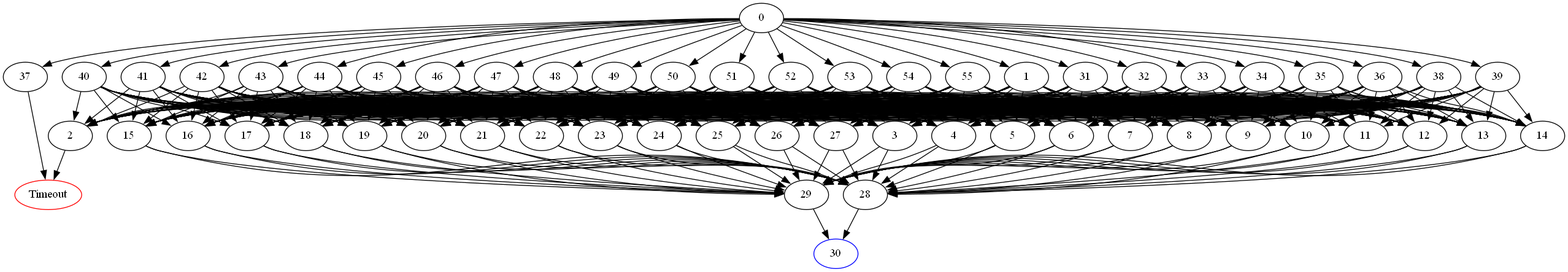
This is DomainPicture/xn--gznuru-wxa.comdirected_graph.png from Asikl/MazeMapper, a Graphviz export, as it was before one commit. Its source is kept beside it as DomainPicture/xn--gznuru-wxa.comdirected_graph.dot.
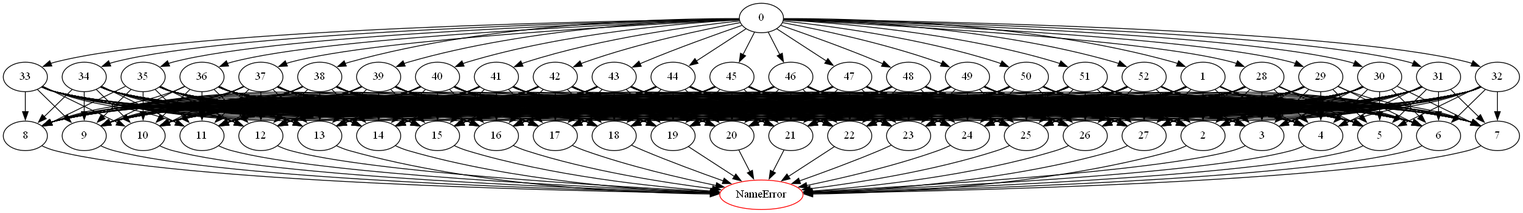
After the change.

What changed in the source:
```diff
@@ -1,5 +1,8 @@
 digraph G {
 	0 -> 1;
+	0 -> 28;
+	0 -> 29;
+	0 -> 30;
 	0 -> 31;
 	0 -> 32;
 	0 -> 33;
@@ -22,9 +25,6 @@
 	0 -> 50;
 	0 -> 51;
 	0 -> 52;
-	0 -> 53;
-	0 -> 54;
-	0 -> 55;
 	1 -> 2;
 	1 -> 3;
 	1 -> 4;
@@ -51,62 +51,136 @@
 	1 -> 25;
 	1 -> 26;
 	1 -> 27;
-	2 -> "Timeout";
-Timeout [color=red];
-	3 -> 28;
-	3 -> 29;
-	4 -> 28;
-	4 -> 29;
-	5 -> 28;
-	5 -> 29;
-	6 -> 28;
-	6 -> 29;
-	7 -> 28;
-	7 -> 29;
-	8 -> 28;
-	8 -> 29;
-	9 -> 28;
-	9 -> 29;
-	10 -> 28;
-	10 -> 29;
-	11 -> 28;
-	11 -> 29;
-	12 -> 28;
-	12 -> 29;
-	13 -> 28;
-	13 -> 29;
-	14 -> 28;
-	14 -> 29;
-	15 -> 28;
-	15 -> 29;
-	16 -> 28;
-	16 -> 29;
-	17 -> 28;
-	17 -> 29;
-	18 -> 28;
-	18 -> 29;
-	19 -> 28;
-	19 -> 29;
-	20 -> 28;
-	20 -> 29;
-	21 -> 28;
-	21 -> 29;
-	22 -> 28;
-	22 -> 29;
-	23 -> 28;
-	23 -> 29;
-	24 -> 28;
-	24 -> 29;
-	25 -> 28;
-	25 -> 29;
-	26 -> 28;
-	26 -> 29;
-	27 -> 28;
-	27 -> 29;
-	28 -> "30";
-30 [color=blue];
-	29 -> "30";
-30 [color=blue];
+	2 -> "NameError";
+NameError [color=red];
+	3 -> "NameError";
+NameError [color=red];
+	4 -> "NameError";
+NameError [color=red];
+	5 -> "NameError";
+NameError [color=red];
+	6 -> "NameError";
+NameError [color=red];
+	7 -> "NameError";
+NameError [color=red];
+	8 -> "NameError";
+NameError [color=red];
+	9 -> "NameError";
+NameError [color=red];
+	10 -> "NameError";
+NameError [color=red];
+	11 -> "NameError";
+NameError [color=red];
+	12 -> "NameError";
+NameError [color=red];
+	13 -> "NameError";
+NameError [color=red];
+	14 -> "NameError";
+NameError [color=red];
+	15 -> "NameError";
+NameError [color=red];
+	16 -> "NameError";
+NameError [color=red];
+	17 -> "NameError";
+NameError [color=red];
+	18 -> "NameError";
+NameError [color=red];
+	19 -> "NameError";
+NameError [color=red];
+	20 -> "NameError";
+NameError [color=red];
+	21 -> "NameError";
+NameError [color=red];
+	22 -> "NameError";
+NameError [color=red];
+	23 -> "NameError";
+NameError [color=red];
+	24 -> "NameError";
+NameError [color=red];
+	25 -> "NameError";
+NameError [color=red];
+	26 -> "NameError";
+NameError [color=red];
+	27 -> "NameError";
+NameError [color=red];
+	28 -> 2;
+	28 -> 3;
+	28 -> 4;
+	28 -> 5;
+	28 -> 6;
+	28 -> 7;
+	28 -> 8;
+	28 -> 9;
+	28 -> 10;
+	28 -> 11;
+	28 -> 12;
+	28 -> 13;
+	28 -> 14;
+	28 -> 15;
+	28 -> 16;
+	28 -> 17;
+	28 -> 18;
+	28 -> 19;
+	28 -> 20;
+	28 -> 21;
+	28 -> 22;
+	28 -> 23;
+	28 -> 24;
+	28 -> 25;
+	28 -> 26;
+	28 -> 27;
+	29 -> 2;
+	29 -> 3;
+	29 -> 4;
+	29 -> 5;
+	29 -> 6;
+	29 -> 7;
+	29 -> 8;
+	29 -> 9;
+	29 -> 10;
+	29 -> 11;
+	29 -> 12;
+	29 -> 13;
+	29 -> 14;
+	29 -> 15;
+	29 -> 16;
+	29 -> 17;
+	29 -> 18;
+	29 -> 19;
+	29 -> 20;
+	29 -> 21;
+	29 -> 22;
+	29 -> 23;
+	29 -> 24;
+	29 -> 25;
+	29 -> 26;
+	29 -> 27;
+	30 -> 2;
+	30 -> 3;
+	30 -> 4;
+	30 -> 5;
+	30 -> 6;
+	30 -> 7;
+	30 -> 8;
+	30 -> 9;
+	30 -> 10;
+	30 -> 11;
+	30 -> 12;
+	30 -> 13;
+	30 -> 14;
+	30 -> 15;
+	30 -> 16;
+	30 -> 17;
+	30 -> 18;
+	30 -> 19;
+	30 -> 20;
+	30 -> 21;
+	30 -> 22;
+	30 -> 23;
+	30 -> 24;
+	30 -> 25;
+	30 -> 26;
+	30 -> 27;
 	31 -> 2;
 	31 -> 3;
 	31 -> 4;
@@ -263,8 +337,32 @@
 	36 -> 25;
 	36 -> 26;
 	36 -> 27;
-	37 -> "Timeout";
-Timeout [color=red];
+	37 -> 2;
+	37 -> 3;
+	37 -> 4;
+	37 -> 5;
+	37 -> 6;
+	37 -> 7;
+	37 -> 8;
+	37 -> 9;
+	37 -> 10;
+	37 -> 11;
+	37 -> 12;
+	37 -> 13;
+	37 -> 14;
+	37 -> 15;
+	37 -> 16;
+	37 -> 17;
+	37 -> 18;
+	37 -> 19;
+	37 -> 20;
+	37 -> 21;
+	37 -> 22;
+	37 -> 23;
+	37 -> 24;
+	37 -> 25;
+	37 -> 26;
+	37 -> 27;
 	38 -> 2;
 	38 -> 3;
 	38 -> 4;
@@ -655,82 +753,4 @@
 	52 -> 25;
 	52 -> 26;
 	52 -> 27;
-	53 -> 2;
-	53 -> 3;
-	53 -> 4;
-	53 -> 5;
-	53 -> 6;
-	53 -> 7;
-	53 -> 8;
-	53 -> 9;
-	53 -> 10;
-	53 -> 11;
-	53 -> 12;
-	53 -> 13;
-	53 -> 14;
-	53 -> 15;
-	53 -> 16;
-	53 -> 17;
-	53 -> 18;
-	53 -> 19;
-	53 -> 20;
-	53 -> 21;
-	53 -> 22;
-	53 -> 23;
-	53 -> 24;
-	53 -> 25;
-	53 -> 26;
-	53 -> 27;
-	54 -> 2;
-	54 -> 3;
-	54 -> 4;
-	54 -> 5;
-	54 -> 6;
-	54 -> 7;
-	54 -> 8;
-	54 -> 9;
-	54 -> 10;
-	54 -> 11;
-	54 -> 12;
-	54 -> 13;
-	54 -> 14;
-	54 -> 15;
-	54 -> 16;
-	54 -> 17;
-	54 -> 18;
-	54 -> 19;
-	54 -> 20;
-	54 -> 21;
-	54 -> 22;
-	54 -> 23;
-	54 -> 24;
-	54 -> 25;
-	54 -> 26;
-	54 -> 27;
-	55 -> 2;
-	55 -> 3;
-	55 -> 4;
-	55 -> 5;
-	55 -> 6;
-	55 -> 7;
-	55 -> 8;
-	55 -> 9;
-	55 -> 10;
-	55 -> 11;
-	55 -> 12;
-	55 -> 13;
-	55 -> 14;
-	55 -> 15;
-	55 -> 16;
-	55 -> 17;
-	55 -> 18;
-	55 -> 19;
-	55 -> 20;
-	55 -> 21;
-	55 -> 22;
-	55 -> 23;
-	55 -> 24;
-	55 -> 25;
-	55 -> 26;
-	55 -> 27;
 }
```
